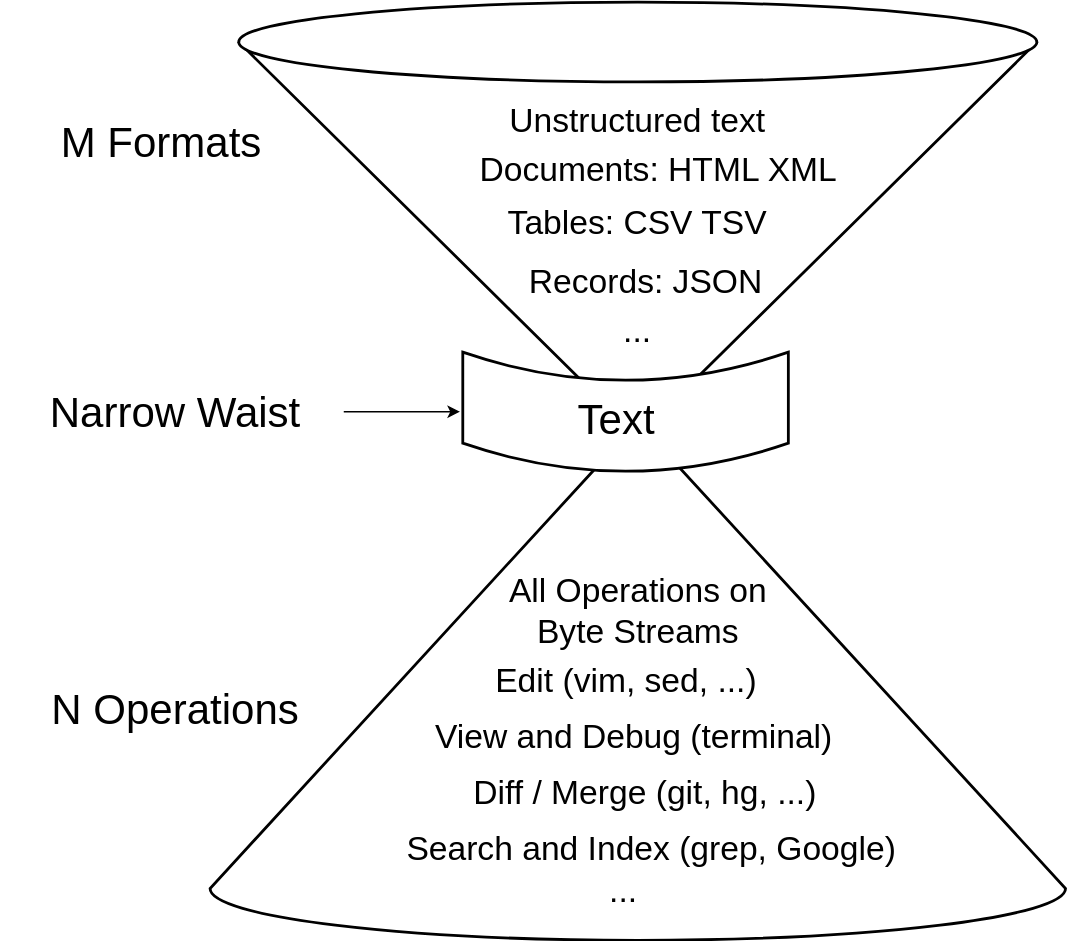
oils-for-unix/diagrams-test keeps this draw.io diagram as github-test-Page-2.drawio.svg. Above is the earlier version. Source tidied: cells renumbered, new cells last; positions are measured from the earlier drawing's top-left corner, leaving out a move shared by most shapes. Source of this version:
```xml
<mxGraphModel>
  <root>
    <mxCell id="0" />
    <mxCell id="1" parent="0" />
    <mxCell id="2" style="verticalLabelPosition=bottom;verticalAlign=top;html=1;shape=mxgraph.basic.cone2;dx=0.5;dy=0.9;strokeWidth=2;" parent="1" vertex="1">
      <mxGeometry x="149.5" y="300" width="610.9" height="370" as="geometry" />
    </mxCell>
    <mxCell id="3" style="verticalLabelPosition=bottom;verticalAlign=top;html=1;shape=mxgraph.basic.cone;direction=west;strokeWidth=2;" parent="1" vertex="1">
      <mxGeometry x="170" width="570" height="310" as="geometry" />
    </mxCell>
    <mxCell id="4" style="shape=dataStorage;whiteSpace=wrap;html=1;fixedSize=1;fontSize=30;rotation=-90;strokeWidth=2;perimeterSpacing=2;" parent="1" vertex="1">
      <mxGeometry x="403.8" y="176.2" width="85" height="232.5" as="geometry" />
    </mxCell>
    <mxCell id="5" value="Text" style="text;html=1;strokeColor=none;fillColor=none;align=center;verticalAlign=middle;whiteSpace=wrap;rounded=0;fontSize=30;strokeWidth=3;" parent="1" vertex="1">
      <mxGeometry x="318.8" y="262.5" width="242.5" height="70" as="geometry" />
    </mxCell>
    <mxCell id="6" style="edgeStyle=orthogonalEdgeStyle;rounded=0;jettySize=auto;html=1;exitX=1;exitY=0.5;exitDx=0;exitDy=0;entryX=0.5;entryY=0;entryDx=0;entryDy=0;fontSize=30;" parent="1" edge="1" source="7" target="4">
      <mxGeometry relative="1" as="geometry" />
    </mxCell>
    <mxCell id="7" value="Narrow Waist" style="text;html=1;strokeColor=none;fillColor=none;align=center;verticalAlign=middle;whiteSpace=wrap;rounded=0;fontSize=30;" parent="1" vertex="1">
      <mxGeometry x="5" y="263.8" width="240" height="57.5" as="geometry" />
    </mxCell>
    <mxCell id="8" value="M Formats" style="text;html=1;strokeColor=none;fillColor=none;align=center;verticalAlign=middle;whiteSpace=wrap;rounded=0;fontSize=30;" parent="1" vertex="1">
      <mxGeometry x="20" y="60" width="190" height="80" as="geometry" />
    </mxCell>
    <mxCell id="9" value="N Operations" style="text;html=1;strokeColor=none;fillColor=none;align=center;verticalAlign=middle;whiteSpace=wrap;rounded=0;fontSize=30;" parent="1" vertex="1">
      <mxGeometry y="480" width="250" height="50" as="geometry" />
    </mxCell>
    <mxCell id="10" value="Records: JSON" style="text;html=1;strokeColor=none;fillColor=none;align=center;verticalAlign=middle;whiteSpace=wrap;rounded=0;fontSize=24;" parent="1" vertex="1">
      <mxGeometry x="345.6" y="170" width="230" height="60" as="geometry" />
    </mxCell>
    <mxCell id="11" value="Documents: HTML XML" style="text;html=1;strokeColor=none;fillColor=none;align=center;verticalAlign=middle;whiteSpace=wrap;rounded=0;fontSize=24;" parent="1" vertex="1">
      <mxGeometry x="300" y="90" width="340" height="60" as="geometry" />
    </mxCell>
    <mxCell id="12" value="&lt;font style=&quot;font-size: 24px&quot;&gt;Tables: CSV TSV&lt;/font&gt;" style="text;html=1;strokeColor=none;fillColor=none;align=center;verticalAlign=middle;whiteSpace=wrap;rounded=0;fontSize=30;" parent="1" vertex="1">
      <mxGeometry x="338.8" y="140" width="232.5" height="30" as="geometry" />
    </mxCell>
    <mxCell id="13" value="Edit (vim, sed, ...)" style="text;html=1;strokeColor=none;fillColor=none;align=center;verticalAlign=middle;whiteSpace=wrap;rounded=0;fontSize=24;" parent="1" vertex="1">
      <mxGeometry x="332.5" y="470" width="230" height="30" as="geometry" />
    </mxCell>
    <mxCell id="14" value="Diff / Merge (git, hg, ...)" style="text;html=1;strokeColor=none;fillColor=none;align=center;verticalAlign=middle;whiteSpace=wrap;rounded=0;fontSize=24;" parent="1" vertex="1">
      <mxGeometry x="310" y="550" width="301.3" height="30" as="geometry" />
    </mxCell>
    <mxCell id="15" value="Unstructured text" style="text;html=1;strokeColor=none;fillColor=none;align=center;verticalAlign=middle;whiteSpace=wrap;rounded=0;fontSize=24;" parent="1" vertex="1">
      <mxGeometry x="325" y="70" width="260" height="30" as="geometry" />
    </mxCell>
    <mxCell id="16" value="All Operations on Byte Streams" style="text;html=1;strokeColor=none;fillColor=none;align=center;verticalAlign=middle;whiteSpace=wrap;rounded=0;fontSize=24;" parent="1" vertex="1">
      <mxGeometry x="347.5" y="420" width="215" height="30" as="geometry" />
    </mxCell>
    <mxCell id="17" value="Search and Index (grep, Google)" style="text;html=1;strokeColor=none;fillColor=none;align=center;verticalAlign=middle;whiteSpace=wrap;rounded=0;fontSize=24;" parent="1" vertex="1">
      <mxGeometry x="245" y="590" width="440" height="30" as="geometry" />
    </mxCell>
    <mxCell id="18" value="View and Debug (terminal)" style="text;html=1;strokeColor=none;fillColor=none;align=center;verticalAlign=middle;whiteSpace=wrap;rounded=0;fontSize=24;" parent="1" vertex="1">
      <mxGeometry x="250" y="510" width="405" height="30" as="geometry" />
    </mxCell>
    <mxCell id="19" value="..." style="text;html=1;strokeColor=none;fillColor=none;align=center;verticalAlign=middle;whiteSpace=wrap;rounded=0;fontSize=24;" parent="1" vertex="1">
      <mxGeometry x="425" y="220" width="60" height="30" as="geometry" />
    </mxCell>
    <mxCell id="20" value="..." style="text;html=1;strokeColor=none;fillColor=none;align=center;verticalAlign=middle;whiteSpace=wrap;rounded=0;fontSize=24;" parent="1" vertex="1">
      <mxGeometry x="415" y="620" width="60" height="30" as="geometry" />
    </mxCell>
  </root>
</mxGraphModel>
```
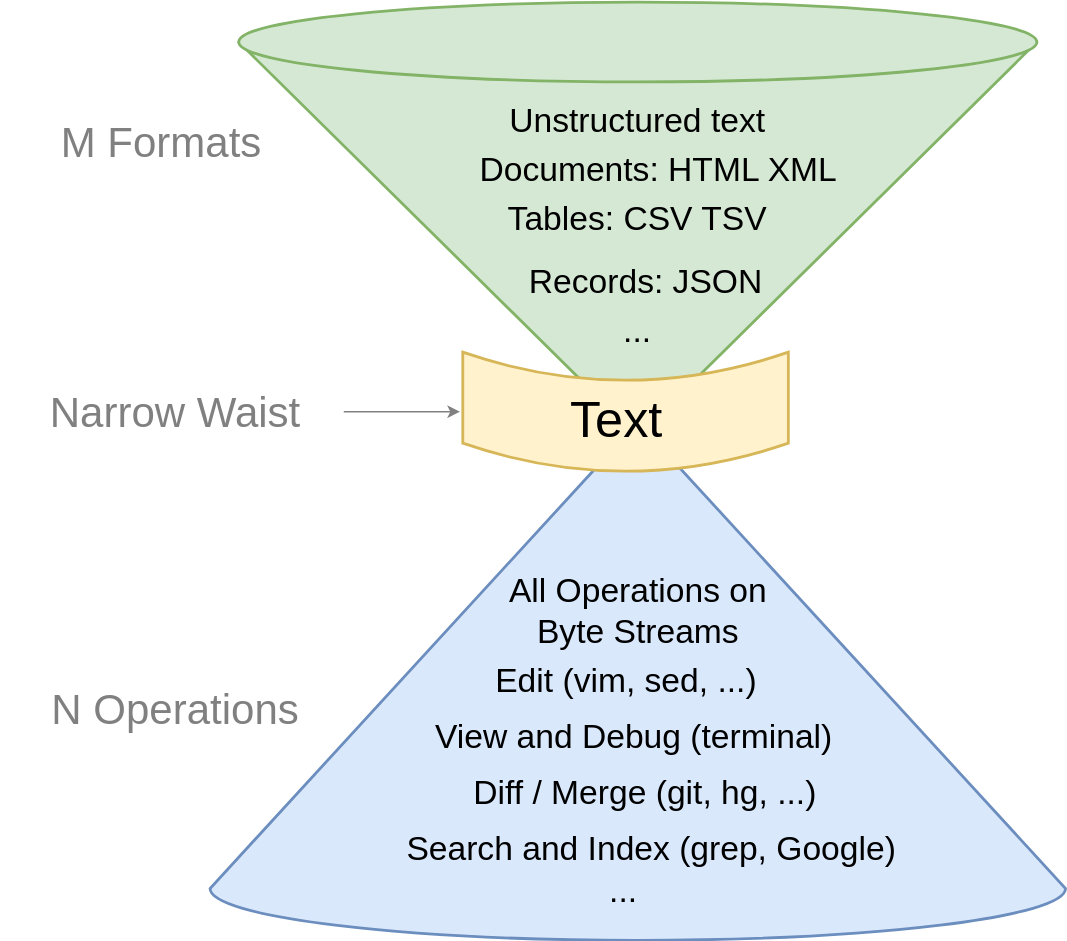
The same file after the commit.

Change to the diagram source:
```diff
@@ -2,28 +2,28 @@
   <root>
     <mxCell id="0" />
     <mxCell id="1" parent="0" />
-    <mxCell id="2" style="verticalLabelPosition=bottom;verticalAlign=top;html=1;shape=mxgraph.basic.cone2;dx=0.5;dy=0.9;strokeWidth=2;" parent="1" vertex="1">
+    <mxCell id="2" style="verticalLabelPosition=bottom;verticalAlign=top;html=1;shape=mxgraph.basic.cone2;dx=0.5;dy=0.9;strokeWidth=2;fillColor=#dae8fc;strokeColor=#6c8ebf;" parent="1" vertex="1">
       <mxGeometry x="149.5" y="300" width="610.9" height="370" as="geometry" />
     </mxCell>
-    <mxCell id="3" style="verticalLabelPosition=bottom;verticalAlign=top;html=1;shape=mxgraph.basic.cone;direction=west;strokeWidth=2;" parent="1" vertex="1">
+    <mxCell id="3" style="verticalLabelPosition=bottom;verticalAlign=top;html=1;shape=mxgraph.basic.cone;direction=west;strokeWidth=2;fillColor=#d5e8d4;strokeColor=#82b366;" parent="1" vertex="1">
       <mxGeometry x="170" width="570" height="310" as="geometry" />
     </mxCell>
-    <mxCell id="4" style="shape=dataStorage;whiteSpace=wrap;html=1;fixedSize=1;fontSize=30;rotation=-90;strokeWidth=2;perimeterSpacing=2;" parent="1" vertex="1">
+    <mxCell id="4" style="shape=dataStorage;whiteSpace=wrap;html=1;fixedSize=1;fontSize=30;rotation=-90;strokeWidth=2;perimeterSpacing=2;fillColor=#fff2cc;strokeColor=#d6b656;" parent="1" vertex="1">
       <mxGeometry x="403.8" y="176.2" width="85" height="232.5" as="geometry" />
     </mxCell>
-    <mxCell id="5" value="Text" style="text;html=1;strokeColor=none;fillColor=none;align=center;verticalAlign=middle;whiteSpace=wrap;rounded=0;fontSize=30;strokeWidth=3;" parent="1" vertex="1">
+    <mxCell id="5" value="Text" style="text;html=1;strokeColor=none;fillColor=none;align=center;verticalAlign=middle;whiteSpace=wrap;rounded=0;fontSize=36;strokeWidth=3;" parent="1" vertex="1">
       <mxGeometry x="318.8" y="262.5" width="242.5" height="70" as="geometry" />
     </mxCell>
-    <mxCell id="6" style="edgeStyle=orthogonalEdgeStyle;rounded=0;jettySize=auto;html=1;exitX=1;exitY=0.5;exitDx=0;exitDy=0;entryX=0.5;entryY=0;entryDx=0;entryDy=0;fontSize=30;" parent="1" edge="1" source="7" target="4">
+    <mxCell id="6" style="edgeStyle=orthogonalEdgeStyle;rounded=0;jettySize=auto;html=1;exitX=1;exitY=0.5;exitDx=0;exitDy=0;entryX=0.5;entryY=0;entryDx=0;entryDy=0;fontSize=30;strokeColor=#808080;" parent="1" edge="1" source="7" target="4">
       <mxGeometry relative="1" as="geometry" />
     </mxCell>
-    <mxCell id="7" value="Narrow Waist" style="text;html=1;strokeColor=none;fillColor=none;align=center;verticalAlign=middle;whiteSpace=wrap;rounded=0;fontSize=30;" parent="1" vertex="1">
+    <mxCell id="7" value="Narrow Waist" style="text;html=1;strokeColor=none;fillColor=none;align=center;verticalAlign=middle;whiteSpace=wrap;rounded=0;fontSize=30;fontColor=#808080;" parent="1" vertex="1">
       <mxGeometry x="5" y="263.8" width="240" height="57.5" as="geometry" />
     </mxCell>
-    <mxCell id="8" value="M Formats" style="text;html=1;strokeColor=none;fillColor=none;align=center;verticalAlign=middle;whiteSpace=wrap;rounded=0;fontSize=30;" parent="1" vertex="1">
+    <mxCell id="8" value="M Formats" style="text;html=1;strokeColor=none;fillColor=none;align=center;verticalAlign=middle;whiteSpace=wrap;rounded=0;fontSize=30;fontColor=#808080;" parent="1" vertex="1">
       <mxGeometry x="20" y="60" width="190" height="80" as="geometry" />
     </mxCell>
-    <mxCell id="9" value="N Operations" style="text;html=1;strokeColor=none;fillColor=none;align=center;verticalAlign=middle;whiteSpace=wrap;rounded=0;fontSize=30;" parent="1" vertex="1">
+    <mxCell id="9" value="N Operations" style="text;html=1;strokeColor=none;fillColor=none;align=center;verticalAlign=middle;whiteSpace=wrap;rounded=0;fontSize=30;fontColor=#808080;" parent="1" vertex="1">
       <mxGeometry y="480" width="250" height="50" as="geometry" />
     </mxCell>
     <mxCell id="10" value="Records: JSON" style="text;html=1;strokeColor=none;fillColor=none;align=center;verticalAlign=middle;whiteSpace=wrap;rounded=0;fontSize=24;" parent="1" vertex="1">
@@ -32,7 +32,7 @@
     <mxCell id="11" value="Documents: HTML XML" style="text;html=1;strokeColor=none;fillColor=none;align=center;verticalAlign=middle;whiteSpace=wrap;rounded=0;fontSize=24;" parent="1" vertex="1">
       <mxGeometry x="300" y="90" width="340" height="60" as="geometry" />
     </mxCell>
-    <mxCell id="12" value="&lt;font style=&quot;font-size: 24px&quot;&gt;Tables: CSV TSV&lt;/font&gt;" style="text;html=1;strokeColor=none;fillColor=none;align=center;verticalAlign=middle;whiteSpace=wrap;rounded=0;fontSize=30;" parent="1" vertex="1">
+    <mxCell id="12" value="&lt;font style=&quot;font-size: 24px&quot;&gt;Tables: CSV TSV&lt;/font&gt;" style="text;html=1;strokeColor=none;fillColor=none;align=center;verticalAlign=middle;whiteSpace=wrap;rounded=0;fontSize=24;" parent="1" vertex="1">
       <mxGeometry x="338.8" y="140" width="232.5" height="30" as="geometry" />
     </mxCell>
     <mxCell id="13" value="Edit (vim, sed, ...)" style="text;html=1;strokeColor=none;fillColor=none;align=center;verticalAlign=middle;whiteSpace=wrap;rounded=0;fontSize=24;" parent="1" vertex="1">
```
